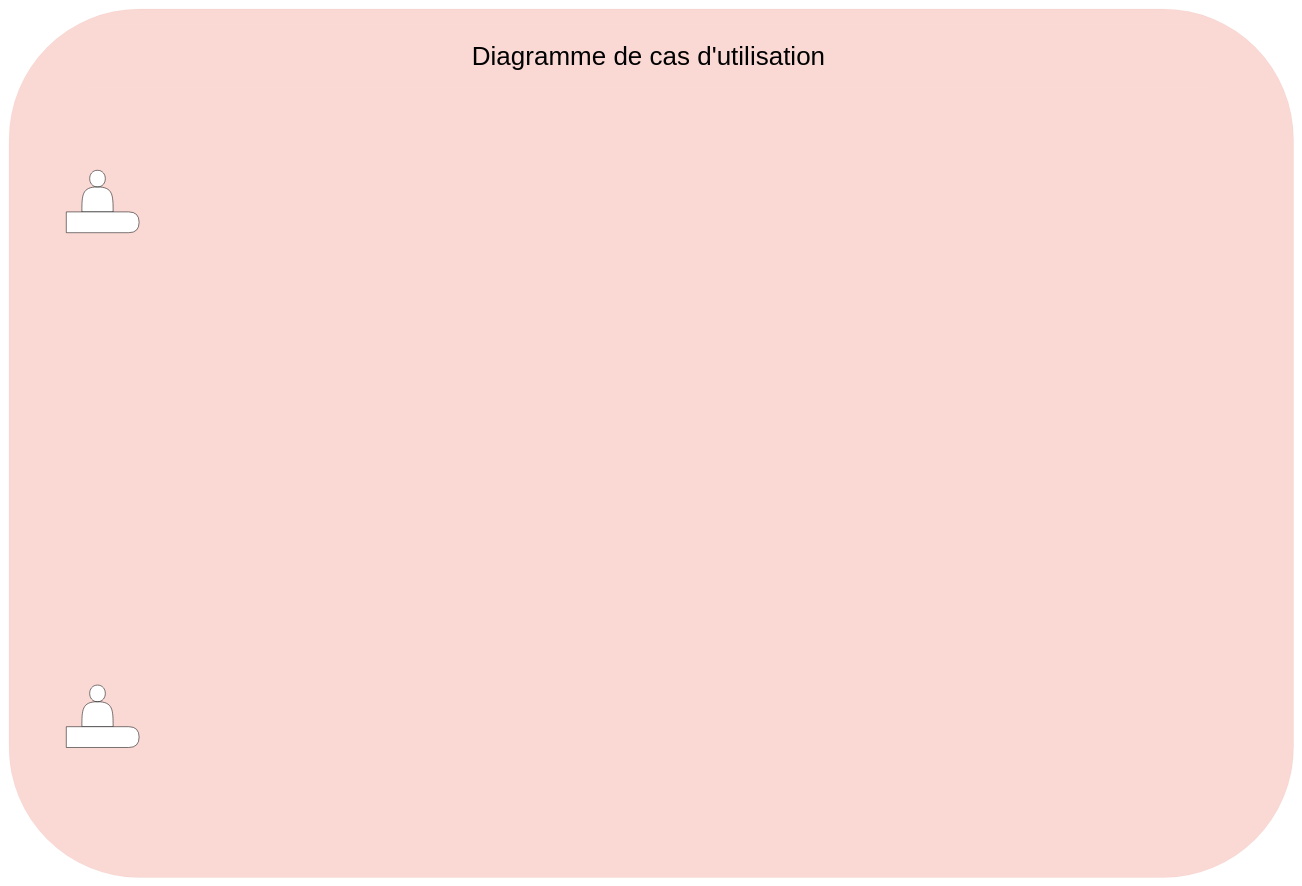
This is Diagramme de cas d'utilisation.drawio from OceaneEdde/garageVparrot, a draw.io file, before an edit. Source tidied: cells renumbered, new cells numbered last; positions are measured from the earlier drawing's top-left corner, leaving out a move shared by most shapes. Both pictures are drawn from the tidied source at 52%, with x=0, y=0 at pixel (9, 9).
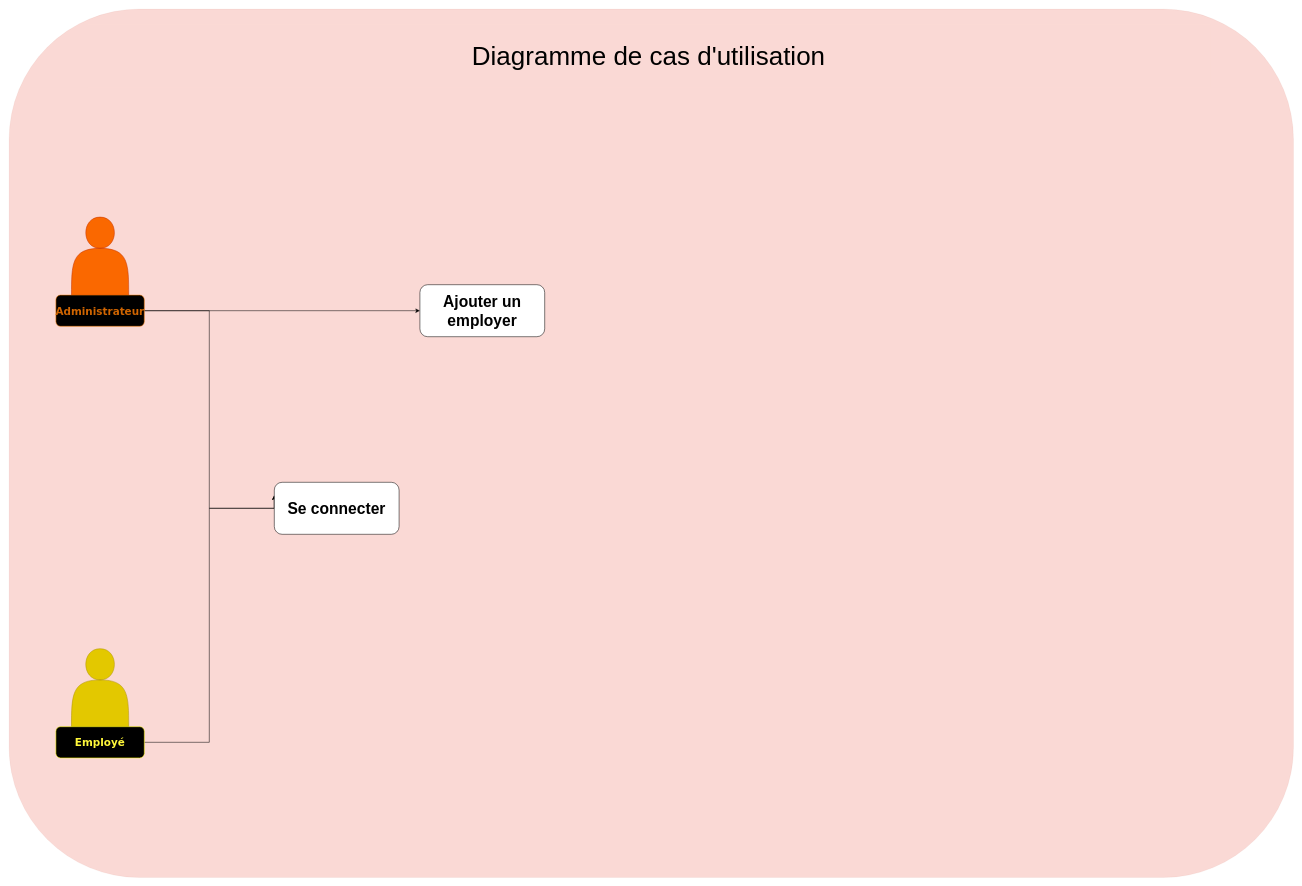
The same diagram, later.

Commit message:
Mettre à jour Diagramme de cas d'utilisation.drawio

What changed in the source:
```diff
@@
 <mxGraphModel>
   <root>
     <mxCell id="0" />
     <mxCell id="1" parent="0" />
     <mxCell id="2" style="rounded=1;whiteSpace=wrap;html=1;fillColor=#fad9d5;strokeColor=#ae4132;strokeWidth=0;" parent="1" vertex="1">
       <mxGeometry width="2470" height="1670" as="geometry" />
     </mxCell>
     <mxCell id="3" value="&lt;font style=&quot;font-size: 50px;&quot;&gt;Diagramme de cas d'utilisation&lt;/font&gt;" style="rounded=0;whiteSpace=wrap;html=1;fillColor=#fad9d5;strokeColor=none;" parent="1" vertex="1">
       <mxGeometry x="150" y="30" width="2160" height="120" as="geometry" />
     </mxCell>
-    <mxCell id="4" style="shape=actor;whiteSpace=wrap;html=1;" parent="1" vertex="1">
-      <mxGeometry x="140" y="1300" width="60" height="80" as="geometry" />
+    <mxCell id="4" style="shape=actor;whiteSpace=wrap;html=1;fillColor=#e3c800;strokeColor=#B09500;fontColor=#000000;" parent="1" vertex="1">
+      <mxGeometry x="120" y="1230" width="110" height="150" as="geometry" />
     </mxCell>
-    <mxCell id="5" style="shape=actor;whiteSpace=wrap;html=1;" parent="1" vertex="1">
-      <mxGeometry x="140" y="310" width="60" height="80" as="geometry" />
-    </mxCell>
-    <mxCell id="6" style="shape=delay;whiteSpace=wrap;html=1;" parent="1" vertex="1">
-      <mxGeometry x="110" y="390" width="140" height="40" as="geometry" />
-    </mxCell>
-    <mxCell id="7" style="shape=delay;whiteSpace=wrap;html=1;" parent="1" vertex="1">
-      <mxGeometry x="110" y="1380" width="140" height="40" as="geometry" />
-    </mxCell>
+    <mxCell id="8" style="edgeStyle=orthogonalEdgeStyle;rounded=0;jettySize=auto;html=1;exitX=1;exitY=0.5;exitDx=0;exitDy=0;entryX=0;entryY=0.25;entryDx=0;entryDy=0;" parent="1" edge="1" source="9" target="14">
+      <mxGeometry relative="1" as="geometry">
+        <Array as="points">
+          <mxPoint x="385" y="1410" />
+          <mxPoint x="385" y="960" />
+          <mxPoint x="510" y="960" />
+        </Array>
+      </mxGeometry>
+    </mxCell>
+    <mxCell id="9" value="&lt;font color=&quot;#fff83b&quot; face=&quot;Verdana&quot; style=&quot;font-size: 20px;&quot;&gt;&lt;b style=&quot;&quot;&gt;Employé&lt;/b&gt;&lt;/font&gt;" style="rounded=1;whiteSpace=wrap;html=1;strokeColor=#FFFF00;fillColor=#000000;" parent="1" vertex="1">
+      <mxGeometry x="90" y="1380" width="170" height="60" as="geometry" />
+    </mxCell>
+    <mxCell id="10" style="shape=actor;whiteSpace=wrap;html=1;fillColor=#fa6800;strokeColor=#C73500;fontColor=#000000;" parent="1" vertex="1">
+      <mxGeometry x="120" y="400" width="110" height="150" as="geometry" />
+    </mxCell>
+    <mxCell id="11" style="edgeStyle=orthogonalEdgeStyle;rounded=0;jettySize=auto;html=1;exitX=1;exitY=0.5;exitDx=0;exitDy=0;entryX=0;entryY=0.25;entryDx=0;entryDy=0;" parent="1" edge="1" source="13" target="14">
+      <mxGeometry relative="1" as="geometry">
+        <Array as="points">
+          <mxPoint x="385" y="580" />
+          <mxPoint x="385" y="960" />
+          <mxPoint x="510" y="960" />
+        </Array>
+      </mxGeometry>
+    </mxCell>
+    <mxCell id="12" style="edgeStyle=orthogonalEdgeStyle;rounded=0;jettySize=auto;html=1;exitX=1;exitY=0.5;exitDx=0;exitDy=0;entryX=0;entryY=0.5;entryDx=0;entryDy=0;" parent="1" edge="1" source="13" target="15">
+      <mxGeometry relative="1" as="geometry" />
+    </mxCell>
+    <mxCell id="13" value="&lt;font color=&quot;#d06501&quot; face=&quot;Verdana&quot; style=&quot;font-size: 20px;&quot;&gt;&lt;b&gt;Administrateur&lt;/b&gt;&lt;/font&gt;" style="rounded=1;whiteSpace=wrap;html=1;fillColor=#000000;fontColor=#000000;strokeColor=#FF8000;" parent="1" vertex="1">
+      <mxGeometry x="90" y="550" width="170" height="60" as="geometry" />
+    </mxCell>
+    <mxCell id="14" value="&lt;font size=&quot;1&quot; style=&quot;&quot;&gt;&lt;b style=&quot;font-size: 30px;&quot;&gt;Se connecter&lt;/b&gt;&lt;/font&gt;" style="rounded=1;whiteSpace=wrap;html=1;" parent="1" vertex="1">
+      <mxGeometry x="510" y="910" width="240" height="100" as="geometry" />
+    </mxCell>
+    <mxCell id="15" value="&lt;font size=&quot;1&quot; style=&quot;&quot;&gt;&lt;b style=&quot;font-size: 30px;&quot;&gt;Ajouter un employer&lt;/b&gt;&lt;/font&gt;" style="rounded=1;whiteSpace=wrap;html=1;" parent="1" vertex="1">
+      <mxGeometry x="790" y="530" width="240" height="100" as="geometry" />
+    </mxCell>
   </root>
 </mxGraphModel>
```
